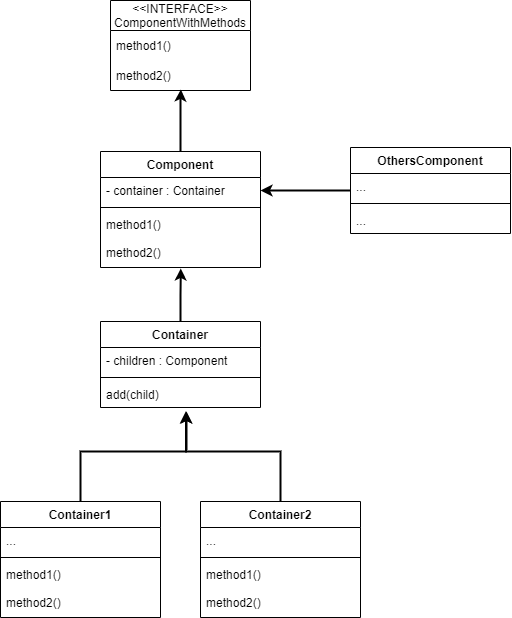
AlvaroCori/Arquitectura_Software_Laboratorio_5 keeps this draw.io diagram as img/ExampleChainOfResponsibility.png. Above is the earlier version. Source tidied: cells renumbered, new cells last; positions are measured from the earlier drawing's top-left corner, leaving out a move shared by most shapes.
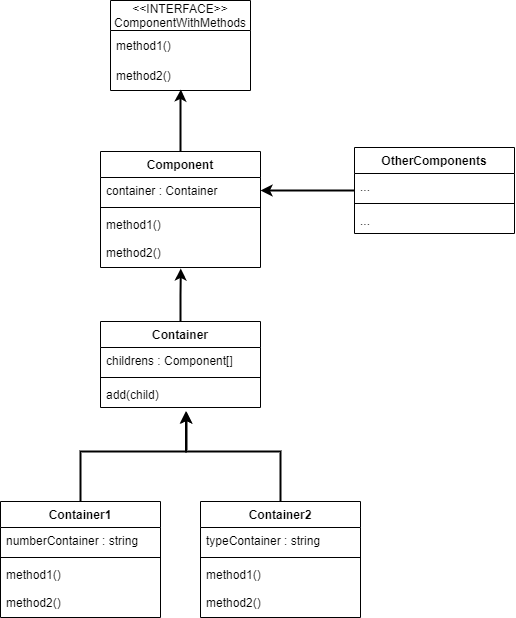
The same diagram one commit later.

Commit message:
ultima implementacion

The edit, as a diff of the source:
```diff
@@ -14,8 +14,8 @@
     <mxCell id="5" style="edgeStyle=orthogonalEdgeStyle;rounded=0;jettySize=auto;html=1;entryX=1;entryY=0.5;entryDx=0;entryDy=0;strokeWidth=2;" parent="1" edge="1" source="6" target="12">
       <mxGeometry relative="1" as="geometry" />
     </mxCell>
-    <mxCell id="6" value="OthersComponent" style="swimlane;fontStyle=1;align=center;verticalAlign=top;horizontal=1;startSize=26;" parent="1" vertex="1">
-      <mxGeometry x="350" y="147" width="160" height="86" as="geometry" />
+    <mxCell id="6" value="OtherComponents" style="swimlane;fontStyle=1;align=center;verticalAlign=top;horizontal=1;startSize=26;" parent="1" vertex="1">
+      <mxGeometry x="354" y="147" width="160" height="86" as="geometry" />
     </mxCell>
     <mxCell id="7" value="..." style="text;strokeColor=none;fillColor=none;align=left;verticalAlign=top;spacingLeft=4;spacingRight=4;overflow=hidden;" parent="6" vertex="1">
       <mxGeometry y="26" width="160" height="26" as="geometry" />
@@ -37,7 +37,7 @@
     <mxCell id="11" value="Component" style="swimlane;fontStyle=1;align=center;verticalAlign=top;horizontal=1;startSize=26;" parent="1" vertex="1">
       <mxGeometry x="100" y="151" width="160" height="116" as="geometry" />
     </mxCell>
-    <mxCell id="12" value="- container : Container" style="text;strokeColor=none;fillColor=none;align=left;verticalAlign=top;spacingLeft=4;spacingRight=4;overflow=hidden;points=[[0,0.5],[1,0.5]];portConstraint=eastwest;" parent="11" vertex="1">
+    <mxCell id="12" value="container : Container" style="text;strokeColor=none;fillColor=none;align=left;verticalAlign=top;spacingLeft=4;spacingRight=4;overflow=hidden;points=[[0,0.5],[1,0.5]];portConstraint=eastwest;" parent="11" vertex="1">
       <mxGeometry y="26" width="160" height="26" as="geometry" />
     </mxCell>
     <mxCell id="13" style="line;strokeWidth=1;fillColor=none;align=left;verticalAlign=middle;spacingTop=-1;spacingLeft=3;spacingRight=3;labelPosition=right;" parent="11" vertex="1">
@@ -55,7 +55,7 @@
     <mxCell id="17" value="Container" style="swimlane;fontStyle=1;align=center;verticalAlign=top;horizontal=1;startSize=26;" parent="1" vertex="1">
       <mxGeometry x="100" y="321" width="160" height="86" as="geometry" />
     </mxCell>
-    <mxCell id="18" value="- children : Component" style="text;strokeColor=none;fillColor=none;align=left;verticalAlign=top;spacingLeft=4;spacingRight=4;overflow=hidden;" parent="17" vertex="1">
+    <mxCell id="18" value="childrens : Component[]" style="text;strokeColor=none;fillColor=none;align=left;verticalAlign=top;spacingLeft=4;spacingRight=4;overflow=hidden;" parent="17" vertex="1">
       <mxGeometry y="26" width="160" height="26" as="geometry" />
     </mxCell>
     <mxCell id="19" style="line;strokeWidth=1;fillColor=none;align=left;verticalAlign=middle;spacingTop=-1;spacingLeft=3;spacingRight=3;labelPosition=right;" parent="17" vertex="1">
@@ -75,7 +75,7 @@
     <mxCell id="22" value="Container1" style="swimlane;fontStyle=1;align=center;verticalAlign=top;horizontal=1;startSize=26;" parent="1" vertex="1">
       <mxGeometry y="501" width="160" height="116" as="geometry" />
     </mxCell>
-    <mxCell id="23" value="..." style="text;strokeColor=none;fillColor=none;align=left;verticalAlign=top;spacingLeft=4;spacingRight=4;overflow=hidden;" parent="22" vertex="1">
+    <mxCell id="23" value="numberContainer : string" style="text;strokeColor=none;fillColor=none;align=left;verticalAlign=top;spacingLeft=4;spacingRight=4;overflow=hidden;" parent="22" vertex="1">
       <mxGeometry y="26" width="160" height="26" as="geometry" />
     </mxCell>
     <mxCell id="24" style="line;strokeWidth=1;fillColor=none;align=left;verticalAlign=middle;spacingTop=-1;spacingLeft=3;spacingRight=3;labelPosition=right;" parent="22" vertex="1">
@@ -99,7 +99,7 @@
     <mxCell id="28" value="Container2" style="swimlane;fontStyle=1;align=center;verticalAlign=top;horizontal=1;startSize=26;" parent="1" vertex="1">
       <mxGeometry x="200" y="501" width="160" height="116" as="geometry" />
     </mxCell>
-    <mxCell id="29" value="..." style="text;strokeColor=none;fillColor=none;align=left;verticalAlign=top;spacingLeft=4;spacingRight=4;overflow=hidden;" parent="28" vertex="1">
+    <mxCell id="29" value="typeContainer : string" style="text;strokeColor=none;fillColor=none;align=left;verticalAlign=top;spacingLeft=4;spacingRight=4;overflow=hidden;" parent="28" vertex="1">
       <mxGeometry y="26" width="160" height="26" as="geometry" />
     </mxCell>
     <mxCell id="30" style="line;strokeWidth=1;fillColor=none;align=left;verticalAlign=middle;spacingTop=-1;spacingLeft=3;spacingRight=3;labelPosition=right;" parent="28" vertex="1">
```
